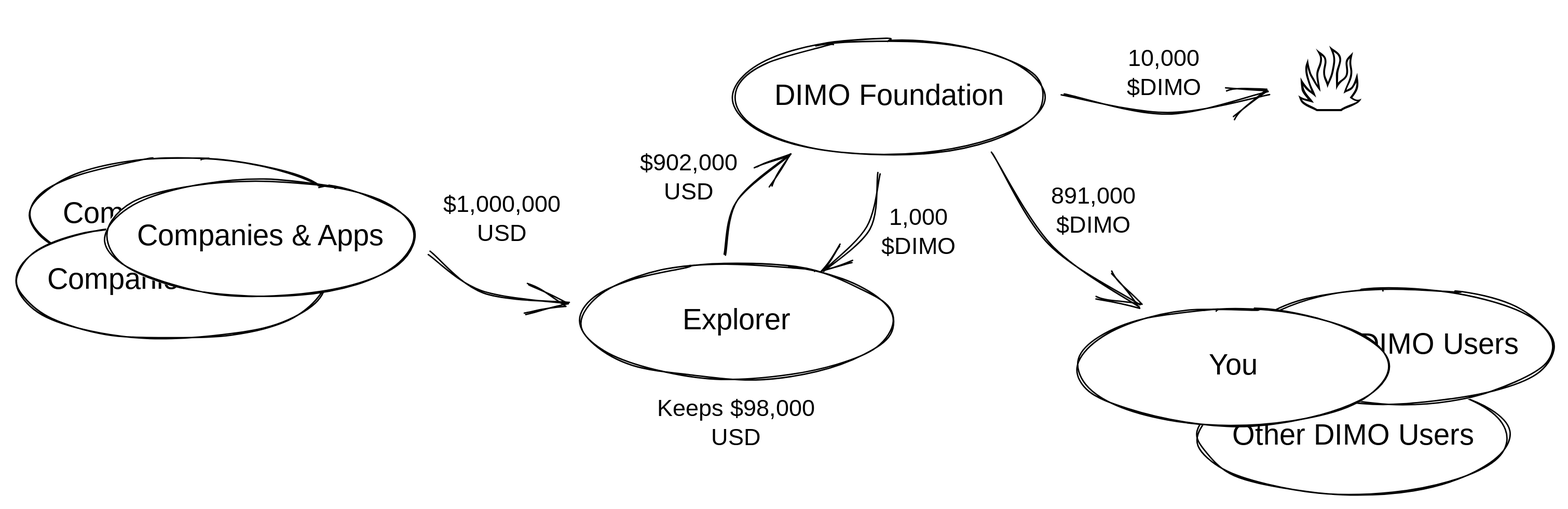
The Excalidraw diagram .gitbook/assets/file.drawing (1).svg in DIMO-Network/DIP, before a commit. Source tidied: one line per element, renumbered; positions are measured from the earlier drawing's top-left corner, leaving out a move shared by most shapes. Its diagram source:
```json
{"id": 0, "type": "ellipse", "strokeColor": "#000000", "backgroundColor": "#ffffff", "fillStyle": "solid", "strokeWidth": 1, "roughness": 1, "x": 11, "y": 99, "width": 214, "height": 79}
{"id": 1, "type": "text", "text": "Companies & Apps", "strokeColor": "#000000", "strokeWidth": 1, "roughness": 1, "fontSize": 20, "fontFamily": 1, "textAlign": "center", "verticalAlign": "middle", "inside": 0, "x": 30, "y": 126, "width": 175, "height": 23}
{"id": 2, "type": "ellipse", "strokeColor": "#000000", "backgroundColor": "#ffffff", "fillStyle": "solid", "strokeWidth": 1, "roughness": 1, "x": 0, "y": 144, "width": 214, "height": 79}
{"id": 3, "type": "text", "text": "Companies & Apps", "strokeColor": "#000000", "strokeWidth": 1, "roughness": 1, "fontSize": 20, "fontFamily": 1, "textAlign": "center", "verticalAlign": "middle", "inside": 2, "x": 19, "y": 172, "width": 175, "height": 23}
{"id": 4, "type": "ellipse", "strokeColor": "#000000", "backgroundColor": "#ffffff", "fillStyle": "solid", "strokeWidth": 1, "roughness": 1, "x": 62, "y": 114, "width": 214, "height": 79}
{"id": 5, "type": "text", "text": "Companies & Apps", "strokeColor": "#000000", "strokeWidth": 1, "roughness": 1, "fontSize": 20, "fontFamily": 1, "textAlign": "center", "verticalAlign": "middle", "inside": 4, "x": 81, "y": 142, "width": 175, "height": 23}
{"id": 6, "type": "ellipse", "strokeColor": "#000000", "backgroundColor": "#ffffff", "fillStyle": "solid", "strokeWidth": 1, "roughness": 1, "x": 390, "y": 171, "width": 214, "height": 79}
{"id": 7, "type": "text", "text": "Explorer", "strokeColor": "#000000", "backgroundColor": "#ffffff", "fillStyle": "solid", "strokeWidth": 1, "roughness": 1, "fontSize": 20, "fontFamily": 1, "textAlign": "center", "verticalAlign": "middle", "inside": 6, "x": 456, "y": 199, "width": 81, "height": 23}
{"id": 8, "type": "ellipse", "strokeColor": "#000000", "backgroundColor": "#ffffff", "fillStyle": "solid", "strokeWidth": 1, "roughness": 1, "x": 495, "y": 17, "width": 214, "height": 79}
{"id": 9, "type": "text", "text": "DIMO Foundation", "strokeColor": "#000000", "backgroundColor": "#ffffff", "fillStyle": "solid", "strokeWidth": 1, "roughness": 1, "fontSize": 20, "fontFamily": 1, "textAlign": "center", "verticalAlign": "middle", "inside": 8, "x": 516, "y": 45, "width": 172, "height": 23}
{"id": 10, "type": "ellipse", "strokeColor": "#000000", "backgroundColor": "#ffffff", "fillStyle": "solid", "strokeWidth": 1, "roughness": 1, "x": 814, "y": 251, "width": 214, "height": 79}
{"id": 11, "type": "text", "text": "Other DIMO Users", "strokeColor": "#000000", "backgroundColor": "#ffffff", "fillStyle": "solid", "strokeWidth": 1, "roughness": 1, "fontSize": 20, "fontFamily": 1, "textAlign": "center", "verticalAlign": "middle", "inside": 10, "x": 827, "y": 279, "width": 189, "height": 23}
{"id": 12, "type": "ellipse", "strokeColor": "#000000", "backgroundColor": "#ffffff", "fillStyle": "solid", "strokeWidth": 1, "roughness": 1, "x": 845, "y": 188, "width": 214, "height": 79}
{"id": 13, "type": "text", "text": "Other DIMO Users", "strokeColor": "#000000", "backgroundColor": "#ffffff", "fillStyle": "solid", "strokeWidth": 1, "roughness": 1, "fontSize": 20, "fontFamily": 1, "textAlign": "center", "verticalAlign": "middle", "inside": 12, "x": 857, "y": 216, "width": 189, "height": 23}
{"id": 14, "type": "ellipse", "strokeColor": "#000000", "backgroundColor": "#ffffff", "fillStyle": "solid", "strokeWidth": 1, "roughness": 1, "x": 732, "y": 203, "width": 214, "height": 79}
{"id": 15, "type": "text", "text": "You", "strokeColor": "#000000", "backgroundColor": "#ffffff", "fillStyle": "solid", "strokeWidth": 1, "roughness": 1, "fontSize": 20, "fontFamily": 1, "textAlign": "center", "verticalAlign": "middle", "inside": 14, "x": 821, "y": 231, "width": 35, "height": 23}
{"id": 16, "type": "text", "text": "🔥", "strokeColor": "#000000", "backgroundColor": "#ffffff", "fillStyle": "solid", "strokeWidth": 1, "roughness": 1, "fontSize": 65.41, "fontFamily": 1, "x": 881, "y": 0, "width": 72, "height": 92}
{"id": 17, "type": "arrow", "strokeColor": "#000000", "backgroundColor": "#ffffff", "fillStyle": "solid", "strokeWidth": 1, "roughness": 1, "endArrowhead": "arrow", "from": 18, "to": 6, "x": 285, "y": 163, "width": 97, "height": 35, "points": [[0, 0], [37, 27], [97, 35]]}
{"id": 18, "type": "text", "text": "$1,000,000\nUSD", "strokeColor": "#000000", "backgroundColor": "#ffffff", "fillStyle": "solid", "strokeWidth": 1, "roughness": 1, "fontSize": 16, "fontFamily": 1, "textAlign": "center", "x": 289, "y": 122, "width": 92, "height": 40}
{"id": 19, "type": "arrow", "strokeColor": "#000000", "backgroundColor": "#ffffff", "fillStyle": "solid", "strokeWidth": 1, "roughness": 1, "endArrowhead": "arrow", "from": 6, "to": 8, "x": 488, "y": 165, "width": 46, "height": 69, "points": [[0, 0], [9, -37], [46, -69]]}
{"id": 20, "type": "arrow", "strokeColor": "#000000", "backgroundColor": "#ffffff", "fillStyle": "solid", "strokeWidth": 1, "roughness": 1, "endArrowhead": "arrow", "from": 8, "to": 6, "x": 596, "y": 110, "width": 38, "height": 66, "points": [[0, 0], [-9, 37], [-38, 66]]}
{"id": 21, "type": "arrow", "strokeColor": "#000000", "backgroundColor": "#ffffff", "fillStyle": "solid", "strokeWidth": 1, "roughness": 1, "endArrowhead": "arrow", "from": 8, "to": 14, "x": 672, "y": 96, "width": 102, "height": 103, "points": [[0, 0], [40, 63], [102, 103]]}
{"id": 22, "type": "arrow", "strokeColor": "#000000", "backgroundColor": "#ffffff", "fillStyle": "solid", "strokeWidth": 1, "roughness": 1, "endArrowhead": "arrow", "from": 8, "to": 16, "x": 721, "y": 54, "width": 144, "height": 14, "points": [[0, 0], [72, 14], [144, 0]]}
{"id": 23, "type": "text", "text": "$902,000\nUSD", "strokeColor": "#000000", "backgroundColor": "#ffffff", "fillStyle": "solid", "strokeWidth": 1, "roughness": 1, "fontSize": 16, "fontFamily": 1, "textAlign": "center", "x": 423, "y": 93, "width": 83, "height": 40}
{"id": 24, "type": "text", "text": "Keeps $98,000\nUSD", "strokeColor": "#000000", "backgroundColor": "#ffffff", "fillStyle": "solid", "strokeWidth": 1, "roughness": 1, "fontSize": 16, "fontFamily": 1, "textAlign": "center", "x": 434, "y": 262, "width": 125, "height": 40}
{"id": 25, "type": "text", "text": "1,000\n$DIMO", "strokeColor": "#000000", "backgroundColor": "#ffffff", "fillStyle": "solid", "strokeWidth": 1, "roughness": 1, "fontSize": 16, "fontFamily": 1, "textAlign": "center", "x": 592, "y": 131, "width": 60, "height": 40}
{"id": 26, "type": "text", "text": "891,000\n$DIMO", "strokeColor": "#000000", "backgroundColor": "#ffffff", "fillStyle": "solid", "strokeWidth": 1, "roughness": 1, "fontSize": 16, "fontFamily": 1, "textAlign": "center", "x": 710, "y": 116, "width": 64, "height": 40}
{"id": 27, "type": "text", "text": "10,000\n$DIMO", "strokeColor": "#000000", "backgroundColor": "#ffffff", "fillStyle": "solid", "strokeWidth": 1, "roughness": 1, "fontSize": 16, "fontFamily": 1, "textAlign": "center", "x": 761, "y": 22, "width": 60, "height": 40}
```
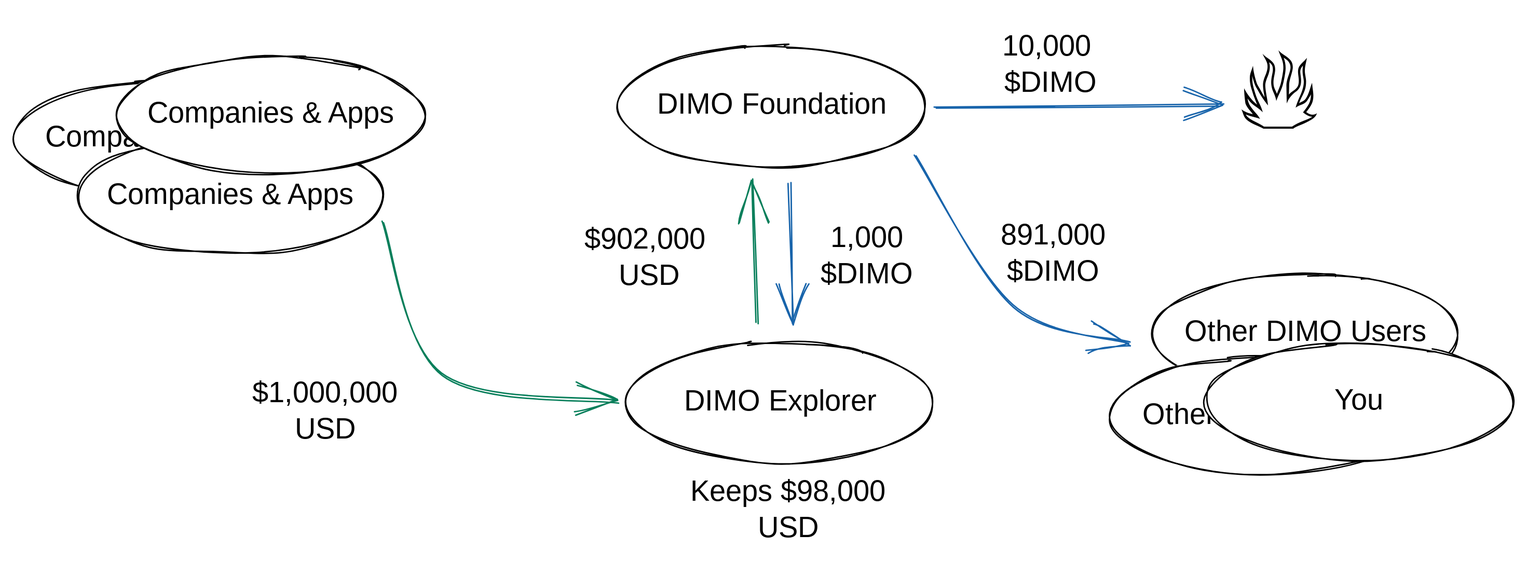
The same diagram one commit later.

What changed in the source:
```diff
@@ -1,28 +1,28 @@
-{"id": 0, "type": "ellipse", "strokeColor": "#000000", "backgroundColor": "#ffffff", "fillStyle": "solid", "strokeWidth": 1, "roughness": 1, "x": 11, "y": 99, "width": 214, "height": 79}
-{"id": 1, "type": "text", "text": "Companies & Apps", "strokeColor": "#000000", "strokeWidth": 1, "roughness": 1, "fontSize": 20, "fontFamily": 1, "textAlign": "center", "verticalAlign": "middle", "inside": 0, "x": 30, "y": 126, "width": 175, "height": 23}
-{"id": 2, "type": "ellipse", "strokeColor": "#000000", "backgroundColor": "#ffffff", "fillStyle": "solid", "strokeWidth": 1, "roughness": 1, "x": 0, "y": 144, "width": 214, "height": 79}
-{"id": 3, "type": "text", "text": "Companies & Apps", "strokeColor": "#000000", "strokeWidth": 1, "roughness": 1, "fontSize": 20, "fontFamily": 1, "textAlign": "center", "verticalAlign": "middle", "inside": 2, "x": 19, "y": 172, "width": 175, "height": 23}
-{"id": 4, "type": "ellipse", "strokeColor": "#000000", "backgroundColor": "#ffffff", "fillStyle": "solid", "strokeWidth": 1, "roughness": 1, "x": 62, "y": 114, "width": 214, "height": 79}
-{"id": 5, "type": "text", "text": "Companies & Apps", "strokeColor": "#000000", "strokeWidth": 1, "roughness": 1, "fontSize": 20, "fontFamily": 1, "textAlign": "center", "verticalAlign": "middle", "inside": 4, "x": 81, "y": 142, "width": 175, "height": 23}
-{"id": 6, "type": "ellipse", "strokeColor": "#000000", "backgroundColor": "#ffffff", "fillStyle": "solid", "strokeWidth": 1, "roughness": 1, "x": 390, "y": 171, "width": 214, "height": 79}
-{"id": 7, "type": "text", "text": "Explorer", "strokeColor": "#000000", "backgroundColor": "#ffffff", "fillStyle": "solid", "strokeWidth": 1, "roughness": 1, "fontSize": 20, "fontFamily": 1, "textAlign": "center", "verticalAlign": "middle", "inside": 6, "x": 456, "y": 199, "width": 81, "height": 23}
-{"id": 8, "type": "ellipse", "strokeColor": "#000000", "backgroundColor": "#ffffff", "fillStyle": "solid", "strokeWidth": 1, "roughness": 1, "x": 495, "y": 17, "width": 214, "height": 79}
+{"id": 28, "type": "ellipse", "strokeColor": "#000000", "strokeWidth": 1, "roughness": 1, "x": 336, "y": 110, "width": 211, "height": 83}
+{"id": 29, "type": "text", "text": "DIMO Explorer", "strokeColor": "#000000", "strokeWidth": 1, "roughness": 1, "fontSize": 20, "fontFamily": 1, "textAlign": "center", "verticalAlign": "middle", "inside": 28, "x": 368, "y": 140, "width": 147, "height": 23}
+{"id": 30, "type": "ellipse", "strokeColor": "#000000", "backgroundColor": "#ffffffff", "fillStyle": "solid", "strokeWidth": 1, "roughness": 1, "x": -85, "y": -70, "width": 211, "height": 80}
+{"id": 31, "type": "text", "text": "Companies & Apps", "strokeColor": "#000000", "backgroundColor": "#ffffffff", "fillStyle": "solid", "strokeWidth": 1, "roughness": 1, "fontSize": 20, "fontFamily": 1, "textAlign": "center", "verticalAlign": "middle", "inside": 30, "x": -67, "y": -42, "width": 175, "height": 23}
+{"id": 32, "type": "ellipse", "strokeColor": "#000000", "backgroundColor": "#ffffffff", "fillStyle": "solid", "strokeWidth": 1, "roughness": 1, "x": -43, "y": -31, "width": 211, "height": 80}
+{"id": 33, "type": "text", "text": "Companies & Apps", "strokeColor": "#000000", "backgroundColor": "#ffffffff", "fillStyle": "solid", "strokeWidth": 1, "roughness": 1, "fontSize": 20, "fontFamily": 1, "textAlign": "center", "verticalAlign": "middle", "inside": 32, "x": -24, "y": -2, "width": 175, "height": 23}
+{"id": 34, "type": "ellipse", "strokeColor": "#000000", "backgroundColor": "#ffffffff", "fillStyle": "solid", "strokeWidth": 1, "roughness": 1, "x": -15, "y": -86, "width": 211, "height": 80}
+{"id": 35, "type": "text", "text": "Companies & Apps", "strokeColor": "#000000", "backgroundColor": "#ffffffff", "fillStyle": "solid", "strokeWidth": 1, "roughness": 1, "fontSize": 20, "fontFamily": 1, "textAlign": "center", "verticalAlign": "middle", "inside": 34, "x": 3, "y": -58, "width": 175, "height": 23}
+{"id": 36, "type": "ellipse", "strokeColor": "#000000", "backgroundColor": "#ffffffff", "fillStyle": "solid", "strokeWidth": 1, "roughness": 1, "x": 697, "y": 64, "width": 211, "height": 80}
+{"id": 37, "type": "text", "text": "Other DIMO Users", "strokeColor": "#000000", "backgroundColor": "#ffffffff", "fillStyle": "solid", "strokeWidth": 1, "roughness": 1, "fontSize": 20, "fontFamily": 1, "textAlign": "center", "verticalAlign": "middle", "inside": 36, "x": 709, "y": 92, "width": 189, "height": 23}
+{"id": 38, "type": "ellipse", "strokeColor": "#000000", "backgroundColor": "#ffffffff", "fillStyle": "solid", "strokeWidth": 1, "roughness": 1, "x": 668, "y": 121, "width": 211, "height": 80}
+{"id": 39, "type": "text", "text": "Other DIMO Users", "strokeColor": "#000000", "backgroundColor": "#ffffffff", "fillStyle": "solid", "strokeWidth": 1, "roughness": 1, "fontSize": 20, "fontFamily": 1, "textAlign": "center", "verticalAlign": "middle", "inside": 38, "x": 679, "y": 149, "width": 189, "height": 23}
+{"id": 40, "type": "ellipse", "strokeColor": "#000000", "backgroundColor": "#ffffffff", "fillStyle": "solid", "strokeWidth": 1, "roughness": 1, "x": 734, "y": 111, "width": 211, "height": 80}
+{"id": 15, "type": "text", "text": "You", "strokeColor": "#000000", "backgroundColor": "#ffffffff", "fillStyle": "solid", "strokeWidth": 1, "roughness": 1, "fontSize": 20, "fontFamily": 1, "textAlign": "center", "verticalAlign": "middle", "inside": 40, "x": 822, "y": 140, "width": 35, "height": 23}
+{"id": 41, "type": "arrow", "strokeColor": "#087f5b", "backgroundColor": "#ffffffff", "fillStyle": "solid", "strokeWidth": 1, "roughness": 1, "endArrowhead": "arrow", "from": 32, "to": 28, "x": 168, "y": 28, "width": 162, "height": 123, "points": [[0, 0], [40, 104], [162, 123]]}
+{"id": 16, "type": "text", "text": "🔥", "strokeColor": "#000000", "backgroundColor": "#ffffffff", "fillStyle": "solid", "strokeWidth": 1, "roughness": 1, "fontSize": 78.25, "fontFamily": 1, "x": 756, "y": -115, "width": 83, "height": 109}
+{"id": 23, "type": "text", "text": "$902,000 \nUSD", "strokeColor": "#000000", "backgroundColor": "#ffffffff", "fillStyle": "solid", "strokeWidth": 1, "roughness": 1, "fontSize": 20, "fontFamily": 1, "textAlign": "center", "x": 294, "y": 28, "width": 114, "height": 50}
+{"id": 18, "type": "text", "text": "$1,000,000\nUSD", "strokeColor": "#000000", "backgroundColor": "#ffffffff", "fillStyle": "solid", "strokeWidth": 1, "roughness": 1, "fontSize": 20, "fontFamily": 1, "textAlign": "center", "x": 71, "y": 133, "width": 115, "height": 50}
+{"id": 27, "type": "text", "text": "10,000 \n$DIMO", "strokeColor": "#000000", "backgroundColor": "#ffffffff", "fillStyle": "solid", "strokeWidth": 1, "roughness": 1, "fontSize": 20, "fontFamily": 1, "textAlign": "center", "x": 589, "y": -105, "width": 77, "height": 50}
+{"id": 42, "type": "ellipse", "strokeColor": "#000000", "strokeWidth": 1, "roughness": 1, "x": 330, "y": -94, "width": 211, "height": 83}
-{"id": 9, "type": "text", "text": "DIMO Foundation", "strokeColor": "#000000", "backgroundColor": "#ffffff", "fillStyle": "solid", "strokeWidth": 1, "roughness": 1, "fontSize": 20, "fontFamily": 1, "textAlign": "center", "verticalAlign": "middle", "inside": 8, "x": 516, "y": 45, "width": 172, "height": 23}
+{"id": 9, "type": "text", "text": "DIMO Foundation", "strokeColor": "#000000", "strokeWidth": 1, "roughness": 1, "fontSize": 20, "fontFamily": 1, "textAlign": "center", "verticalAlign": "middle", "inside": 42, "x": 350, "y": -64, "width": 172, "height": 23}
-{"id": 10, "type": "ellipse", "strokeColor": "#000000", "backgroundColor": "#ffffff", "fillStyle": "solid", "strokeWidth": 1, "roughness": 1, "x": 814, "y": 251, "width": 214, "height": 79}
-{"id": 11, "type": "text", "text": "Other DIMO Users", "strokeColor": "#000000", "backgroundColor": "#ffffff", "fillStyle": "solid", "strokeWidth": 1, "roughness": 1, "fontSize": 20, "fontFamily": 1, "textAlign": "center", "verticalAlign": "middle", "inside": 10, "x": 827, "y": 279, "width": 189, "height": 23}
-{"id": 12, "type": "ellipse", "strokeColor": "#000000", "backgroundColor": "#ffffff", "fillStyle": "solid", "strokeWidth": 1, "roughness": 1, "x": 845, "y": 188, "width": 214, "height": 79}
-{"id": 13, "type": "text", "text": "Other DIMO Users", "strokeColor": "#000000", "backgroundColor": "#ffffff", "fillStyle": "solid", "strokeWidth": 1, "roughness": 1, "fontSize": 20, "fontFamily": 1, "textAlign": "center", "verticalAlign": "middle", "inside": 12, "x": 857, "y": 216, "width": 189, "height": 23}
-{"id": 14, "type": "ellipse", "strokeColor": "#000000", "backgroundColor": "#ffffff", "fillStyle": "solid", "strokeWidth": 1, "roughness": 1, "x": 732, "y": 203, "width": 214, "height": 79}
-{"id": 15, "type": "text", "text": "You", "strokeColor": "#000000", "backgroundColor": "#ffffff", "fillStyle": "solid", "strokeWidth": 1, "roughness": 1, "fontSize": 20, "fontFamily": 1, "textAlign": "center", "verticalAlign": "middle", "inside": 14, "x": 821, "y": 231, "width": 35, "height": 23}
-{"id": 16, "type": "text", "text": "🔥", "strokeColor": "#000000", "backgroundColor": "#ffffff", "fillStyle": "solid", "strokeWidth": 1, "roughness": 1, "fontSize": 65.41, "fontFamily": 1, "x": 881, "y": 0, "width": 72, "height": 92}
-{"id": 17, "type": "arrow", "strokeColor": "#000000", "backgroundColor": "#ffffff", "fillStyle": "solid", "strokeWidth": 1, "roughness": 1, "endArrowhead": "arrow", "from": 18, "to": 6, "x": 285, "y": 163, "width": 97, "height": 35, "points": [[0, 0], [37, 27], [97, 35]]}
-{"id": 18, "type": "text", "text": "$1,000,000\nUSD", "strokeColor": "#000000", "backgroundColor": "#ffffff", "fillStyle": "solid", "strokeWidth": 1, "roughness": 1, "fontSize": 16, "fontFamily": 1, "textAlign": "center", "x": 289, "y": 122, "width": 92, "height": 40}
-{"id": 19, "type": "arrow", "strokeColor": "#000000", "backgroundColor": "#ffffff", "fillStyle": "solid", "strokeWidth": 1, "roughness": 1, "endArrowhead": "arrow", "from": 6, "to": 8, "x": 488, "y": 165, "width": 46, "height": 69, "points": [[0, 0], [9, -37], [46, -69]]}
-{"id": 20, "type": "arrow", "strokeColor": "#000000", "backgroundColor": "#ffffff", "fillStyle": "solid", "strokeWidth": 1, "roughness": 1, "endArrowhead": "arrow", "from": 8, "to": 6, "x": 596, "y": 110, "width": 38, "height": 66, "points": [[0, 0], [-9, 37], [-38, 66]]}
-{"id": 21, "type": "arrow", "strokeColor": "#000000", "backgroundColor": "#ffffff", "fillStyle": "solid", "strokeWidth": 1, "roughness": 1, "endArrowhead": "arrow", "from": 8, "to": 14, "x": 672, "y": 96, "width": 102, "height": 103, "points": [[0, 0], [40, 63], [102, 103]]}
-{"id": 22, "type": "arrow", "strokeColor": "#000000", "backgroundColor": "#ffffff", "fillStyle": "solid", "strokeWidth": 1, "roughness": 1, "endArrowhead": "arrow", "from": 8, "to": 16, "x": 721, "y": 54, "width": 144, "height": 14, "points": [[0, 0], [72, 14], [144, 0]]}
-{"id": 23, "type": "text", "text": "$902,000\nUSD", "strokeColor": "#000000", "backgroundColor": "#ffffff", "fillStyle": "solid", "strokeWidth": 1, "roughness": 1, "fontSize": 16, "fontFamily": 1, "textAlign": "center", "x": 423, "y": 93, "width": 83, "height": 40}
+{"id": 43, "type": "arrow", "strokeColor": "#087f5b", "strokeWidth": 1, "roughness": 1, "endArrowhead": "arrow", "from": 28, "to": 42, "x": 426, "y": 97, "width": 5, "height": 99, "points": [[0, 0], [-5, -99]]}
+{"id": 44, "type": "arrow", "strokeColor": "#1864ab", "strokeWidth": 1, "roughness": 1, "endArrowhead": "arrow", "from": 42, "to": 16, "x": 549, "y": -52, "width": 197, "height": 2, "points": [[0, 0], [197, -2]]}
+{"id": 45, "type": "arrow", "strokeColor": "#1864ab", "strokeWidth": 1, "roughness": 1, "endArrowhead": "arrow", "from": 42, "to": 28, "x": 447, "y": 0, "width": 3, "height": 96, "points": [[0, 0], [3, 96]]}
+{"id": 25, "type": "text", "text": "1,000\n$DIMO", "strokeColor": "#000000", "backgroundColor": "#ffffffff", "fillStyle": "solid", "strokeWidth": 1, "roughness": 1, "fontSize": 20, "fontFamily": 1, "textAlign": "center", "x": 464, "y": 27, "width": 74, "height": 50}
+{"id": 46, "type": "arrow", "strokeColor": "#1864ab", "strokeWidth": 1, "roughness": 1, "endArrowhead": "arrow", "from": 42, "to": 36, "x": 535, "y": -19, "width": 148, "height": 130, "points": [[0, 0], [66, 105], [148, 130]]}
+{"id": 26, "type": "text", "text": "891,000\n$DIMO", "strokeColor": "#000000", "backgroundColor": "#ffffffff", "fillStyle": "solid", "strokeWidth": 1, "roughness": 1, "fontSize": 20, "fontFamily": 1, "textAlign": "center", "x": 589, "y": 25, "width": 80, "height": 50}
-{"id": 24, "type": "text", "text": "Keeps $98,000\nUSD", "strokeColor": "#000000", "backgroundColor": "#ffffff", "fillStyle": "solid", "strokeWidth": 1, "roughness": 1, "fontSize": 16, "fontFamily": 1, "textAlign": "center", "x": 434, "y": 262, "width": 125, "height": 40}
+{"id": 24, "type": "text", "text": "Keeps $98,000\nUSD", "strokeColor": "#000000", "backgroundColor": "#ffffffff", "fillStyle": "solid", "strokeWidth": 1, "roughness": 1, "fontSize": 20, "fontFamily": 1, "textAlign": "center", "x": 369, "y": 201, "width": 156, "height": 50}
-{"id": 25, "type": "text", "text": "1,000\n$DIMO", "strokeColor": "#000000", "backgroundColor": "#ffffff", "fillStyle": "solid", "strokeWidth": 1, "roughness": 1, "fontSize": 16, "fontFamily": 1, "textAlign": "center", "x": 592, "y": 131, "width": 60, "height": 40}
-{"id": 26, "type": "text", "text": "891,000\n$DIMO", "strokeColor": "#000000", "backgroundColor": "#ffffff", "fillStyle": "solid", "strokeWidth": 1, "roughness": 1, "fontSize": 16, "fontFamily": 1, "textAlign": "center", "x": 710, "y": 116, "width": 64, "height": 40}
-{"id": 27, "type": "text", "text": "10,000\n$DIMO", "strokeColor": "#000000", "backgroundColor": "#ffffff", "fillStyle": "solid", "strokeWidth": 1, "roughness": 1, "fontSize": 16, "fontFamily": 1, "textAlign": "center", "x": 761, "y": 22, "width": 60, "height": 40}
```
